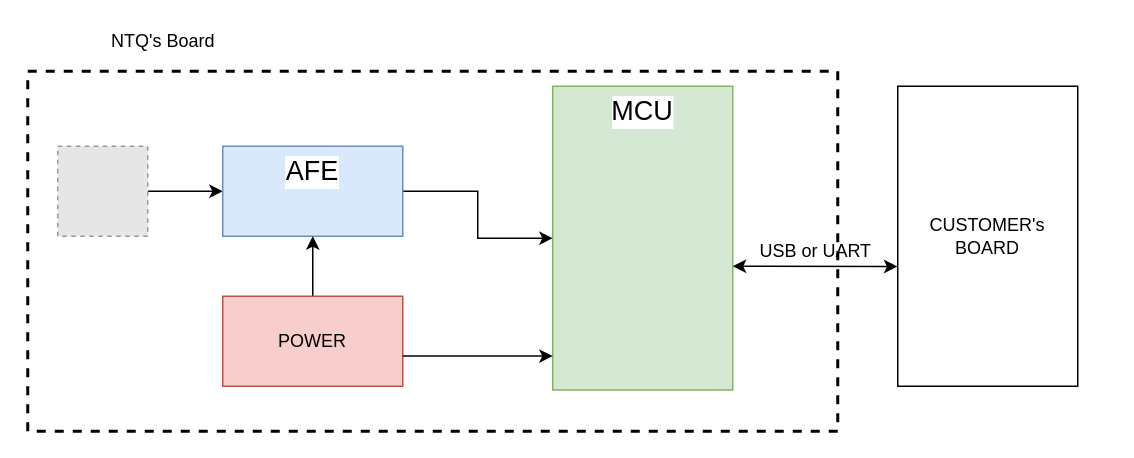
Earlier version of the draw.io diagram Speech2Text.drawio (anhvanthe/01_my_drawio). Source tidied: cells renumbered, new cells numbered last; positions are measured from the earlier drawing's top-left corner, leaving out a move shared by most shapes. Both pictures are drawn from the tidied source at 150%, with x=0, y=0 at pixel (27, 26). Pictures stored in the file or linked from it are replaced by grey dashed boxes.
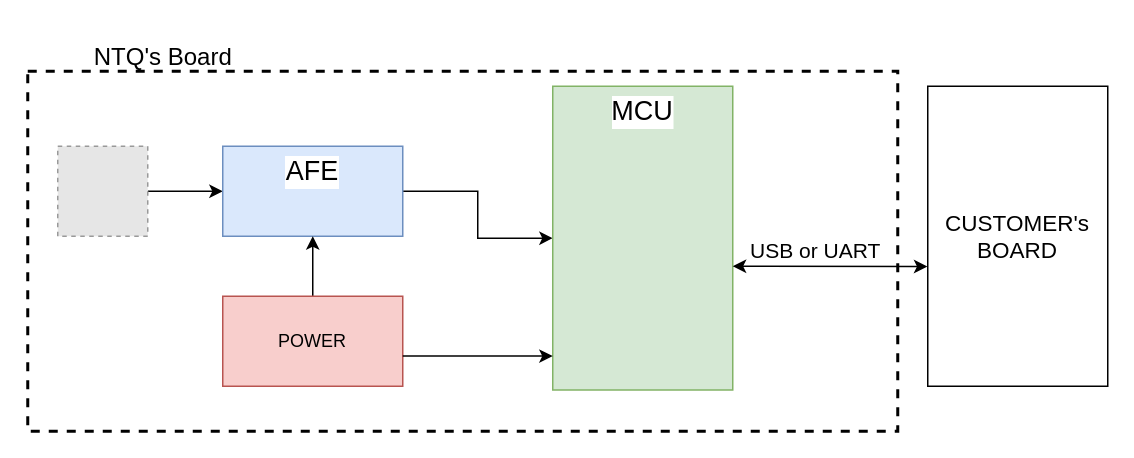
Above is the later version.

What changed in the source:
```diff
@@
 <mxGraphModel>
   <root>
     <mxCell id="0" />
     <mxCell id="1" parent="0" />
+    <mxCell id="13" style="rounded=0;whiteSpace=wrap;html=1;fillColor=none;strokeWidth=2;dashed=1;" parent="1" vertex="1">
+      <mxGeometry y="30" width="580" height="240" as="geometry" />
+    </mxCell>
     <mxCell id="2" style="edgeStyle=orthogonalEdgeStyle;rounded=0;jettySize=auto;html=1;" parent="1" edge="1" source="3" target="5">
       <mxGeometry relative="1" as="geometry" />
     </mxCell>
     <mxCell id="3" style="fillColor=#E6E6E6;strokeColor=#999999;dashed=1;html=1;verticalAlign=top;verticalLabelPosition=bottom;labelBackgroundColor=#ffffff;" parent="1" vertex="1">
       <mxGeometry x="20" y="80" width="60" height="60" as="geometry" />
     </mxCell>
     <mxCell id="4" style="edgeStyle=orthogonalEdgeStyle;rounded=0;jettySize=auto;html=1;" parent="1" edge="1" source="5" target="6">
       <mxGeometry relative="1" as="geometry" />
     </mxCell>
     <mxCell id="5" value="&lt;font style=&quot;font-size: 18px&quot;&gt;AFE&lt;/font&gt;" style="whiteSpace=wrap;html=1;verticalAlign=top;labelBackgroundColor=#ffffff;align=center;fillColor=#dae8fc;strokeColor=#6c8ebf;" parent="1" vertex="1">
       <mxGeometry x="130" y="80" width="120" height="60" as="geometry" />
     </mxCell>
     <mxCell id="6" value="&lt;font style=&quot;font-size: 18px&quot;&gt;MCU&lt;/font&gt;" style="whiteSpace=wrap;html=1;verticalAlign=top;labelBackgroundColor=#ffffff;align=center;fillColor=#d5e8d4;strokeColor=#82b366;" parent="1" vertex="1">
       <mxGeometry x="350" y="40" width="120" height="202.5" as="geometry" />
     </mxCell>
     <mxCell id="7" style="edgeStyle=orthogonalEdgeStyle;rounded=0;jettySize=auto;html=1;entryX=0.5;entryY=1;entryDx=0;entryDy=0;" parent="1" edge="1" source="8" target="5">
       <mxGeometry relative="1" as="geometry" />
     </mxCell>
     <mxCell id="8" value="POWER" style="rounded=0;whiteSpace=wrap;html=1;fillColor=#f8cecc;strokeColor=#b85450;" parent="1" vertex="1">
       <mxGeometry x="130" y="180" width="120" height="60" as="geometry" />
     </mxCell>
     <mxCell id="9" style="edgeStyle=orthogonalEdgeStyle;rounded=0;orthogonalLoop=1;jettySize=auto;html=1;" parent="1" edge="1">
       <mxGeometry relative="1" as="geometry">
         <mxPoint x="250" y="219.9" as="sourcePoint" />
         <mxPoint x="350" y="219.9" as="targetPoint" />
       </mxGeometry>
     </mxCell>
-    <mxCell id="10" value="CUSTOMER's BOARD" style="rounded=0;whiteSpace=wrap;html=1;" parent="1" vertex="1">
-      <mxGeometry x="580" y="40" width="120" height="200" as="geometry" />
+    <mxCell id="10" value="CUSTOMER's BOARD" style="rounded=0;whiteSpace=wrap;html=1;strokeWidth=1;fontSize=15;" parent="1" vertex="1">
+      <mxGeometry x="600" y="40" width="120" height="200" as="geometry" />
     </mxCell>
     <mxCell id="11" style="endArrow=classic;startArrow=classic;html=1;entryX=-0.002;entryY=0.601;entryDx=0;entryDy=0;entryPerimeter=0;" parent="1" edge="1" target="10">
       <mxGeometry relative="1" as="geometry">
         <mxPoint x="470" y="160" as="sourcePoint" />
       </mxGeometry>
     </mxCell>
-    <mxCell id="12" value="USB or UART" style="text;html=1;align=center;verticalAlign=middle;strokeColor=none;" parent="1" vertex="1">
-      <mxGeometry x="480" y="140" width="90" height="20" as="geometry" />
+    <mxCell id="12" value="USB or UART" style="text;html=1;align=center;verticalAlign=middle;strokeColor=none;fontSize=14;" parent="1" vertex="1">
+      <mxGeometry x="475" y="140" width="100" height="20" as="geometry" />
     </mxCell>
-    <mxCell id="13" style="rounded=0;whiteSpace=wrap;html=1;fillColor=none;strokeWidth=2;dashed=1;" parent="1" vertex="1">
-      <mxGeometry y="30" width="540" height="240" as="geometry" />
-    </mxCell>
-    <mxCell id="14" value="NTQ's Board" style="text;html=1;align=center;verticalAlign=middle;strokeColor=none;" parent="1" vertex="1">
-      <mxGeometry x="50" width="80" height="20" as="geometry" />
+    <mxCell id="14" value="NTQ's Board" style="text;html=1;align=center;verticalAlign=middle;strokeColor=none;fontSize=16;" parent="1" vertex="1">
+      <mxGeometry x="35" y="10" width="110" height="20" as="geometry" />
     </mxCell>
   </root>
 </mxGraphModel>
```
